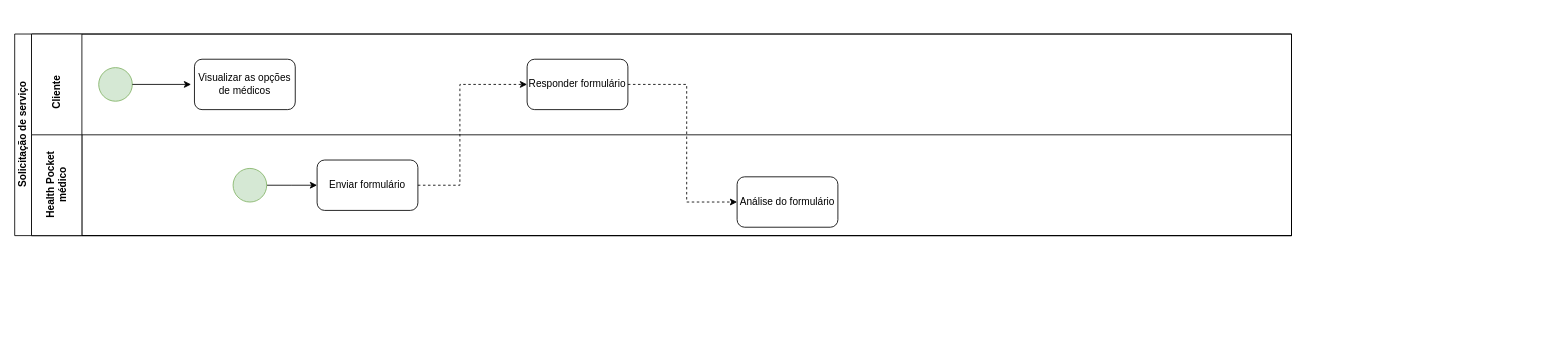
Before: Diagrama sem nome.drawio in Luan-Moreno/Health-Pocket, a draw.io diagram. Source tidied: cells renumbered, new cells numbered last; positions are measured from the earlier drawing's top-left corner, leaving out a move shared by most shapes. Both pictures are drawn from the tidied source at 84%, with x=0, y=0 at pixel (14, 34).
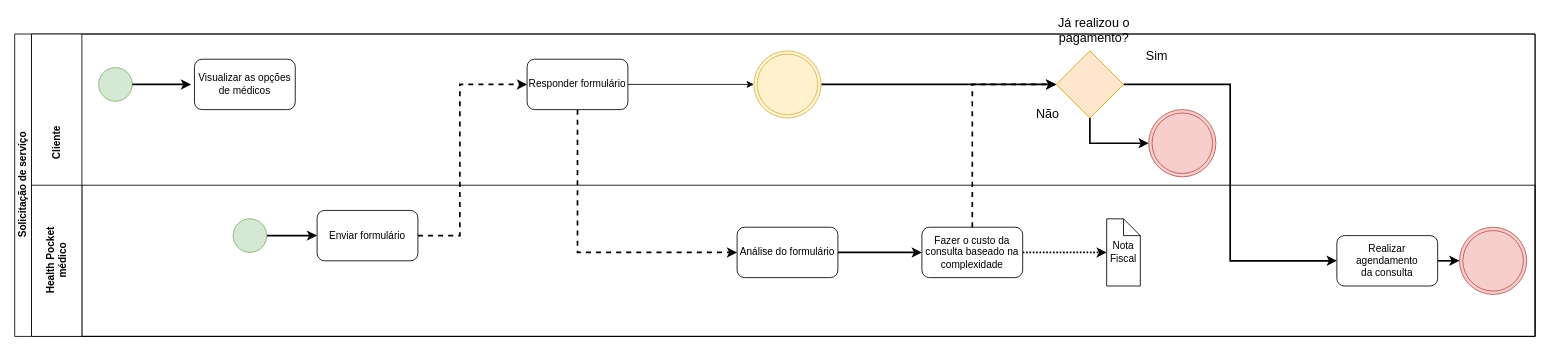
Above is the later version.

Unchanged cells that the change refers to:
```xml
<mxCell id="10" style="ellipse;whiteSpace=wrap;html=1;fillColor=#d5e8d4;strokeColor=#82b366;" parent="8" vertex="1">
  <mxGeometry x="240" y="40" width="40" height="40" as="geometry" />
</mxCell>
<mxCell id="13" value="Análise do formulário" style="rounded=1;whiteSpace=wrap;html=1;" parent="8" vertex="1">
  <mxGeometry x="840" y="50" width="120" height="60" as="geometry" />
</mxCell>
<mxCell id="14" value="Responder formulário" style="rounded=1;whiteSpace=wrap;html=1;" parent="4" vertex="1">
  <mxGeometry x="590" y="30" width="120" height="60" as="geometry" />
</mxCell>
```

Change to the diagram source:
```diff
@@
     <mxCell id="2" value="Solicitação de serviço" style="swimlane;html=1;horizontal=0;startSize=20;" parent="1" vertex="1">
-      <mxGeometry width="1520" height="240" as="geometry" />
+      <mxGeometry width="1810" height="360" as="geometry" />
     </mxCell>
@@
     <mxCell id="4" value="&amp;nbsp; &amp;nbsp; &amp;nbsp; &amp;nbsp; &amp;nbsp; &amp;nbsp; &amp;nbsp; &amp;nbsp; &amp;nbsp; &amp;nbsp; &amp;nbsp; &amp;nbsp; &amp;nbsp; &amp;nbsp; &amp;nbsp; Cliente" style="swimlane;html=1;startSize=60;horizontal=0;" parent="2" vertex="1">
-      <mxGeometry x="20" width="1500" height="240" as="geometry" />
+      <mxGeometry x="20" width="1790" height="360" as="geometry" />
     </mxCell>
@@
-    <mxCell id="6" style="endArrow=classic;html=1;rounded=0;" parent="4" edge="1">
+    <mxCell id="6" style="endArrow=classic;html=1;rounded=0;strokeWidth=2;" parent="4" edge="1">
       <mxGeometry relative="1" as="geometry">
         <mxPoint x="120" y="60" as="sourcePoint" />
         <mxPoint x="190" y="60" as="targetPoint" />
       </mxGeometry>
     </mxCell>
@@
     <mxCell id="8" value="Health Pocket&lt;br&gt;médico" style="swimlane;html=1;startSize=60;horizontal=0;" parent="4" vertex="1">
-      <mxGeometry y="120" width="1500" height="120" as="geometry" />
+      <mxGeometry y="180" width="1790" height="180" as="geometry" />
     </mxCell>
-    <mxCell id="9" style="edgeStyle=orthogonalEdgeStyle;rounded=0;jettySize=auto;html=1;exitX=1;exitY=0.5;exitDx=0;exitDy=0;" parent="8" edge="1" source="10">
+    <mxCell id="9" style="edgeStyle=orthogonalEdgeStyle;rounded=0;jettySize=auto;html=1;exitX=1;exitY=0.5;exitDx=0;exitDy=0;strokeWidth=2;" parent="8" edge="1" source="10">
       <mxGeometry relative="1" as="geometry">
         <mxPoint x="340" y="60" as="targetPoint" />
       </mxGeometry>
     </mxCell>
@@
-    <mxCell id="12" style="endArrow=classic;html=1;rounded=0;dashed=1;" parent="8" edge="1">
+    <mxCell id="12" style="endArrow=classic;html=1;rounded=0;dashed=1;strokeWidth=2;entryX=0;entryY=0.5;entryDx=0;entryDy=0;" parent="8" edge="1" target="14">
       <mxGeometry relative="1" as="geometry">
         <mxPoint x="460" y="60" as="sourcePoint" />
-        <mxPoint x="590" y="-60" as="targetPoint" />
         <Array as="points">
           <mxPoint x="510" y="60" />
-          <mxPoint x="510" y="-60" />
+          <mxPoint x="510" y="-120" />
         </Array>
       </mxGeometry>
     </mxCell>
+    <mxCell id="16" style="edgeStyle=orthogonalEdgeStyle;rounded=0;jettySize=auto;html=1;exitX=1;exitY=0.5;exitDx=0;exitDy=0;strokeWidth=2;" parent="8" edge="1" source="13">
+      <mxGeometry relative="1" as="geometry">
+        <mxPoint x="1060" y="80" as="targetPoint" />
+      </mxGeometry>
+    </mxCell>
@@
+    <mxCell id="17" style="edgeStyle=orthogonalEdgeStyle;rounded=0;jettySize=auto;html=1;exitX=1;exitY=0.5;exitDx=0;exitDy=0;dashed=1;dashPattern=1 1;strokeWidth=2;jumpSize=24;" parent="8" edge="1" source="18">
+      <mxGeometry relative="1" as="geometry">
+        <mxPoint x="1280" y="80" as="targetPoint" />
+      </mxGeometry>
+    </mxCell>
+    <mxCell id="18" value="Fazer o custo da consulta baseado na complexidade" style="rounded=1;whiteSpace=wrap;html=1;" parent="8" vertex="1">
+      <mxGeometry x="1060" y="50" width="120" height="60" as="geometry" />
+    </mxCell>
+    <mxCell id="19" value="Nota Fiscal" style="shape=note;size=20;whiteSpace=wrap;html=1;" parent="8" vertex="1">
+      <mxGeometry x="1280" y="40" width="40" height="80" as="geometry" />
+    </mxCell>
+    <mxCell id="20" style="edgeStyle=orthogonalEdgeStyle;rounded=0;jettySize=auto;html=1;exitX=1;exitY=0.5;exitDx=0;exitDy=0;strokeWidth=2;" parent="8" edge="1" source="21">
+      <mxGeometry relative="1" as="geometry">
+        <mxPoint x="1700" y="90" as="targetPoint" />
+      </mxGeometry>
+    </mxCell>
+    <mxCell id="21" value="Realizar agendamento&lt;div&gt;da consulta&lt;/div&gt;" style="rounded=1;whiteSpace=wrap;html=1;" parent="8" vertex="1">
+      <mxGeometry x="1554" y="60" width="120" height="60" as="geometry" />
+    </mxCell>
+    <mxCell id="22" style="ellipse;shape=doubleEllipse;whiteSpace=wrap;html=1;fillColor=#f8cecc;strokeColor=#b85450;" parent="8" vertex="1">
+      <mxGeometry x="1700" y="50" width="80" height="80" as="geometry" />
+    </mxCell>
+    <mxCell id="15" style="edgeStyle=orthogonalEdgeStyle;rounded=0;jettySize=auto;html=1;exitX=0.5;exitY=1;exitDx=0;exitDy=0;entryX=0;entryY=0.5;entryDx=0;entryDy=0;dashed=1;strokeWidth=2;" parent="4" edge="1" source="14" target="13">
+      <mxGeometry relative="1" as="geometry" />
+    </mxCell>
+    <mxCell id="23" style="edgeStyle=orthogonalEdgeStyle;rounded=0;jettySize=auto;html=1;exitX=1;exitY=0.5;exitDx=0;exitDy=0;entryX=0;entryY=0.5;entryDx=0;entryDy=0;" parent="4" edge="1" source="14" target="25">
+      <mxGeometry relative="1" as="geometry" />
+    </mxCell>
@@
-    <mxCell id="15" style="endArrow=classic;html=1;rounded=0;dashed=1;exitX=1;exitY=0.5;exitDx=0;exitDy=0;" parent="4" edge="1" source="14" target="13">
-      <mxGeometry relative="1" as="geometry">
-        <Array as="points">
-          <mxPoint x="780" y="60" />
-          <mxPoint x="780" y="200" />
-        </Array>
-      </mxGeometry>
-    </mxCell>
+    <mxCell id="24" style="edgeStyle=orthogonalEdgeStyle;rounded=0;jettySize=auto;html=1;exitX=1;exitY=0.5;exitDx=0;exitDy=0;entryX=0;entryY=0.5;entryDx=0;entryDy=0;strokeWidth=2;" parent="4" edge="1" source="25" target="28">
+      <mxGeometry relative="1" as="geometry" />
+    </mxCell>
+    <mxCell id="25" style="ellipse;shape=doubleEllipse;whiteSpace=wrap;html=1;fillColor=#fff2cc;strokeColor=#d6b656;" parent="4" vertex="1">
+      <mxGeometry x="860" y="20" width="80" height="80" as="geometry" />
+    </mxCell>
+    <mxCell id="26" style="edgeStyle=orthogonalEdgeStyle;rounded=0;jettySize=auto;html=1;exitX=0.5;exitY=1;exitDx=0;exitDy=0;entryX=0;entryY=0.5;entryDx=0;entryDy=0;strokeWidth=2;" parent="4" edge="1" source="28" target="30">
+      <mxGeometry relative="1" as="geometry" />
+    </mxCell>
+    <mxCell id="27" style="edgeStyle=orthogonalEdgeStyle;rounded=0;jettySize=auto;html=1;exitX=1;exitY=0.5;exitDx=0;exitDy=0;entryX=0;entryY=0.5;entryDx=0;entryDy=0;strokeWidth=2;" parent="4" edge="1" source="28" target="21">
+      <mxGeometry relative="1" as="geometry" />
+    </mxCell>
+    <mxCell id="28" style="rhombus;whiteSpace=wrap;html=1;fillColor=#ffe6cc;strokeColor=#d79b00;" parent="4" vertex="1">
+      <mxGeometry x="1220" y="20" width="80" height="80" as="geometry" />
+    </mxCell>
+    <mxCell id="29" style="edgeStyle=orthogonalEdgeStyle;rounded=0;jettySize=auto;html=1;exitX=0.5;exitY=0;exitDx=0;exitDy=0;entryX=0;entryY=0.5;entryDx=0;entryDy=0;dashed=1;strokeWidth=2;" parent="4" edge="1" source="18" target="28">
+      <mxGeometry relative="1" as="geometry" />
+    </mxCell>
+    <mxCell id="30" style="ellipse;shape=doubleEllipse;whiteSpace=wrap;html=1;fillColor=#f8cecc;strokeColor=#b85450;" parent="4" vertex="1">
+      <mxGeometry x="1330" y="90" width="80" height="80" as="geometry" />
+    </mxCell>
+    <mxCell id="31" value="&lt;font style=&quot;font-size: 15px;&quot;&gt;Não&lt;/font&gt;" style="text;html=1;align=center;verticalAlign=middle;whiteSpace=wrap;rounded=0;" parent="4" vertex="1">
+      <mxGeometry x="1180" y="80" width="60" height="30" as="geometry" />
+    </mxCell>
+    <mxCell id="32" value="&lt;font style=&quot;font-size: 15px;&quot;&gt;Sim&lt;/font&gt;" style="text;html=1;align=center;verticalAlign=middle;whiteSpace=wrap;rounded=0;" parent="4" vertex="1">
+      <mxGeometry x="1310" y="10" width="60" height="30" as="geometry" />
+    </mxCell>
+    <mxCell id="33" value="&lt;font style=&quot;font-size: 15px;&quot;&gt;Já realizou o pagamento?&lt;/font&gt;" style="text;html=1;align=center;verticalAlign=middle;whiteSpace=wrap;rounded=0;" parent="1" vertex="1">
+      <mxGeometry x="1210" y="-20" width="150" height="30" as="geometry" />
+    </mxCell>
```
